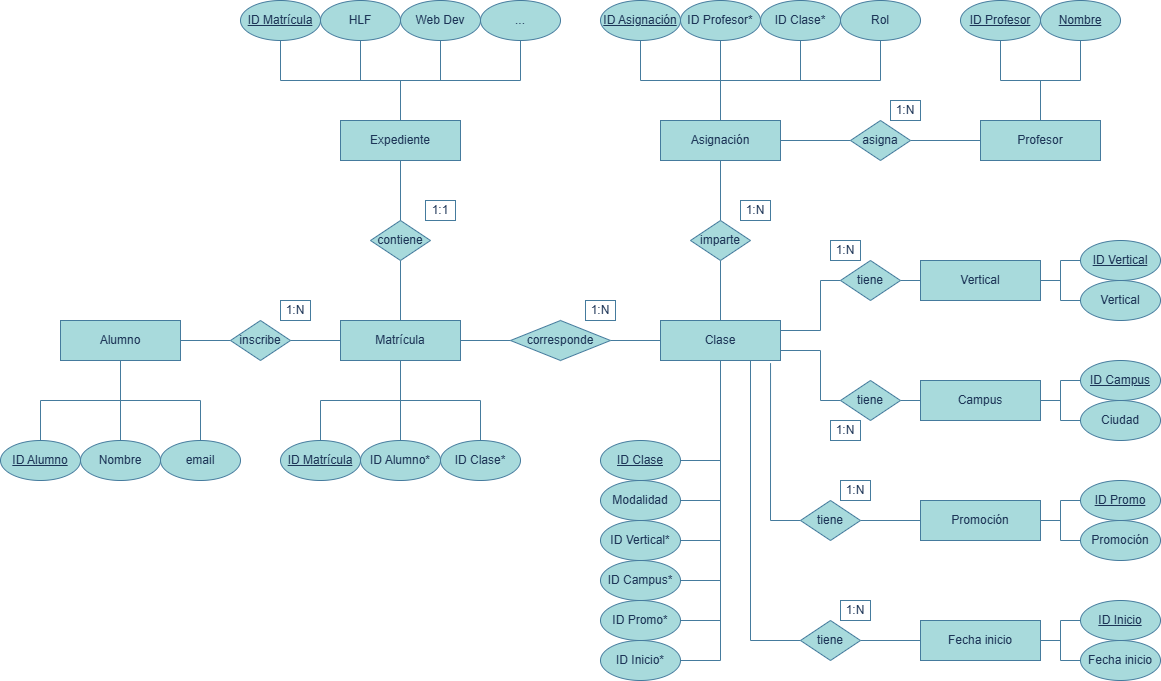
Before: Diagramas/Modelo_ERD.png, a diagram exported from draw.io (fernandomtez2803-dot/BBDD_The_Bridge). Source tidied: cells renumbered, new cells last; positions are measured from the earlier drawing's top-left corner, leaving out a move shared by most shapes.
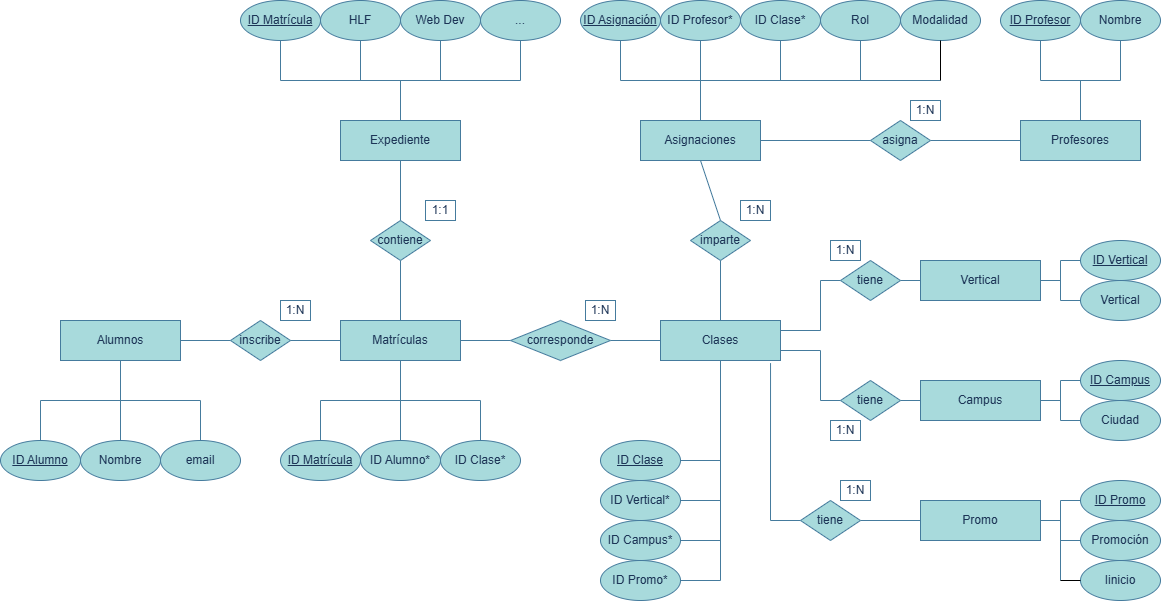
After the change.

Commit message:
subo los diagramas actualizados

What changed in the source:
```diff
@@ -7,16 +7,16 @@
     </mxCell>
-    <mxCell id="3" value="Alumno" style="rounded=0;whiteSpace=wrap;html=1;labelBackgroundColor=none;fillColor=#A8DADC;strokeColor=#457B9D;fontColor=#1D3557;" parent="1" vertex="1">
+    <mxCell id="3" value="Alumnos" style="rounded=0;whiteSpace=wrap;html=1;labelBackgroundColor=none;fillColor=#A8DADC;strokeColor=#457B9D;fontColor=#1D3557;" parent="1" vertex="1">
       <mxGeometry x="60" y="320" width="120" height="40" as="geometry" />
     </mxCell>
-    <mxCell id="4" value="Clase" style="rounded=0;whiteSpace=wrap;html=1;labelBackgroundColor=none;fillColor=#A8DADC;strokeColor=#457B9D;fontColor=#1D3557;" parent="1" vertex="1">
+    <mxCell id="4" value="Clases" style="rounded=0;whiteSpace=wrap;html=1;labelBackgroundColor=none;fillColor=#A8DADC;strokeColor=#457B9D;fontColor=#1D3557;" parent="1" vertex="1">
       <mxGeometry x="660" y="320" width="120" height="40" as="geometry" />
     </mxCell>
-    <mxCell id="5" value="Matrícula" style="rounded=0;whiteSpace=wrap;html=1;labelBackgroundColor=none;fillColor=#A8DADC;strokeColor=#457B9D;fontColor=#1D3557;" parent="1" vertex="1">
+    <mxCell id="5" value="Matrículas" style="rounded=0;whiteSpace=wrap;html=1;labelBackgroundColor=none;fillColor=#A8DADC;strokeColor=#457B9D;fontColor=#1D3557;" parent="1" vertex="1">
       <mxGeometry x="340" y="320" width="120" height="40" as="geometry" />
     </mxCell>
-    <mxCell id="6" value="Asignación" style="rounded=0;whiteSpace=wrap;html=1;labelBackgroundColor=none;fillColor=#A8DADC;strokeColor=#457B9D;fontColor=#1D3557;" parent="1" vertex="1">
-      <mxGeometry x="660" y="120" width="120" height="40" as="geometry" />
+    <mxCell id="6" value="Asignaciones" style="rounded=0;whiteSpace=wrap;html=1;labelBackgroundColor=none;fillColor=#A8DADC;strokeColor=#457B9D;fontColor=#1D3557;" parent="1" vertex="1">
+      <mxGeometry x="640" y="120" width="120" height="40" as="geometry" />
     </mxCell>
-    <mxCell id="7" value="Profesor" style="rounded=0;whiteSpace=wrap;html=1;labelBackgroundColor=none;fillColor=#A8DADC;strokeColor=#457B9D;fontColor=#1D3557;" parent="1" vertex="1">
-      <mxGeometry x="980" y="120" width="120" height="40" as="geometry" />
+    <mxCell id="7" value="Profesores" style="rounded=0;whiteSpace=wrap;html=1;labelBackgroundColor=none;fillColor=#A8DADC;strokeColor=#457B9D;fontColor=#1D3557;" parent="1" vertex="1">
+      <mxGeometry x="1020" y="120" width="120" height="40" as="geometry" />
     </mxCell>
@@ -40,7 +40,7 @@
     </mxCell>
-    <mxCell id="14" value="&lt;u&gt;Nombre&lt;/u&gt;" style="ellipse;whiteSpace=wrap;html=1;labelBackgroundColor=none;fillColor=#A8DADC;strokeColor=#457B9D;fontColor=#1D3557;" parent="1" vertex="1">
-      <mxGeometry x="1040" width="80" height="40" as="geometry" />
+    <mxCell id="14" value="Nombre" style="ellipse;whiteSpace=wrap;html=1;labelBackgroundColor=none;fillColor=#A8DADC;strokeColor=#457B9D;fontColor=#1D3557;" parent="1" vertex="1">
+      <mxGeometry x="1080" width="80" height="40" as="geometry" />
     </mxCell>
     <mxCell id="15" value="&lt;u&gt;ID Profesor&lt;/u&gt;" style="ellipse;whiteSpace=wrap;html=1;labelBackgroundColor=none;fillColor=#A8DADC;strokeColor=#457B9D;fontColor=#1D3557;" parent="1" vertex="1">
-      <mxGeometry x="960" width="80" height="40" as="geometry" />
+      <mxGeometry x="1000" width="80" height="40" as="geometry" />
     </mxCell>
@@ -49,13 +49,10 @@
     </mxCell>
-    <mxCell id="17" value="Modalidad" style="ellipse;whiteSpace=wrap;html=1;labelBackgroundColor=none;fillColor=#A8DADC;strokeColor=#457B9D;fontColor=#1D3557;" parent="1" vertex="1">
-      <mxGeometry x="600" y="480" width="80" height="40" as="geometry" />
-    </mxCell>
     <mxCell id="18" value="&lt;u&gt;ID Asignación&lt;/u&gt;" style="ellipse;whiteSpace=wrap;html=1;labelBackgroundColor=none;fillColor=#A8DADC;strokeColor=#457B9D;fontColor=#1D3557;" parent="1" vertex="1">
-      <mxGeometry x="600" width="80" height="40" as="geometry" />
+      <mxGeometry x="580" width="80" height="40" as="geometry" />
     </mxCell>
     <mxCell id="19" value="ID Profesor*" style="ellipse;whiteSpace=wrap;html=1;labelBackgroundColor=none;fillColor=#A8DADC;strokeColor=#457B9D;fontColor=#1D3557;" parent="1" vertex="1">
-      <mxGeometry x="680" width="80" height="40" as="geometry" />
+      <mxGeometry x="660" width="80" height="40" as="geometry" />
     </mxCell>
     <mxCell id="20" value="ID Clase*" style="ellipse;whiteSpace=wrap;html=1;labelBackgroundColor=none;fillColor=#A8DADC;strokeColor=#457B9D;fontColor=#1D3557;" parent="1" vertex="1">
-      <mxGeometry x="760" width="80" height="40" as="geometry" />
+      <mxGeometry x="740" width="80" height="40" as="geometry" />
     </mxCell>
@@ -76,6 +73,3 @@
     </mxCell>
-    <mxCell id="26" value="Fecha inicio" style="rounded=0;whiteSpace=wrap;html=1;labelBackgroundColor=none;fillColor=#A8DADC;strokeColor=#457B9D;fontColor=#1D3557;" parent="1" vertex="1">
-      <mxGeometry x="920" y="620" width="120" height="40" as="geometry" />
-    </mxCell>
-    <mxCell id="27" value="Promoción" style="rounded=0;whiteSpace=wrap;html=1;labelBackgroundColor=none;fillColor=#A8DADC;strokeColor=#457B9D;fontColor=#1D3557;" parent="1" vertex="1">
+    <mxCell id="27" value="Promo" style="rounded=0;whiteSpace=wrap;html=1;labelBackgroundColor=none;fillColor=#A8DADC;strokeColor=#457B9D;fontColor=#1D3557;" parent="1" vertex="1">
       <mxGeometry x="920" y="500" width="120" height="40" as="geometry" />
@@ -83,3 +77,3 @@
     <mxCell id="28" value="Rol" style="ellipse;whiteSpace=wrap;html=1;labelBackgroundColor=none;fillColor=#A8DADC;strokeColor=#457B9D;fontColor=#1D3557;" parent="1" vertex="1">
-      <mxGeometry x="840" width="80" height="40" as="geometry" />
+      <mxGeometry x="820" width="80" height="40" as="geometry" />
     </mxCell>
@@ -97,7 +91,4 @@
     </mxCell>
-    <mxCell id="33" value="&lt;u&gt;ID Inicio&lt;/u&gt;" style="ellipse;whiteSpace=wrap;html=1;labelBackgroundColor=none;fillColor=#A8DADC;strokeColor=#457B9D;fontColor=#1D3557;" parent="1" vertex="1">
-      <mxGeometry x="1080" y="600" width="80" height="40" as="geometry" />
-    </mxCell>
-    <mxCell id="34" value="Fecha inicio" style="ellipse;whiteSpace=wrap;html=1;labelBackgroundColor=none;fillColor=#A8DADC;strokeColor=#457B9D;fontColor=#1D3557;" parent="1" vertex="1">
-      <mxGeometry x="1080" y="640" width="80" height="40" as="geometry" />
+    <mxCell id="34" value="Iinicio" style="ellipse;whiteSpace=wrap;html=1;labelBackgroundColor=none;fillColor=#A8DADC;strokeColor=#457B9D;fontColor=#1D3557;" parent="1" vertex="1">
+      <mxGeometry x="1080" y="560" width="80" height="40" as="geometry" />
     </mxCell>
@@ -110,12 +101,12 @@
     <mxCell id="37" value="ID Vertical*" style="ellipse;whiteSpace=wrap;html=1;labelBackgroundColor=none;fillColor=#A8DADC;strokeColor=#457B9D;fontColor=#1D3557;" parent="1" vertex="1">
-      <mxGeometry x="600" y="520" width="80" height="40" as="geometry" />
+      <mxGeometry x="600" y="480" width="80" height="40" as="geometry" />
     </mxCell>
     <mxCell id="38" value="ID Campus*" style="ellipse;whiteSpace=wrap;html=1;labelBackgroundColor=none;fillColor=#A8DADC;strokeColor=#457B9D;fontColor=#1D3557;" parent="1" vertex="1">
-      <mxGeometry x="600" y="560" width="80" height="40" as="geometry" />
+      <mxGeometry x="600" y="520" width="80" height="40" as="geometry" />
     </mxCell>
     <mxCell id="39" value="ID Promo*" style="ellipse;whiteSpace=wrap;html=1;labelBackgroundColor=none;fillColor=#A8DADC;strokeColor=#457B9D;fontColor=#1D3557;" parent="1" vertex="1">
-      <mxGeometry x="600" y="600" width="80" height="40" as="geometry" />
+      <mxGeometry x="600" y="560" width="80" height="40" as="geometry" />
     </mxCell>
-    <mxCell id="40" value="ID Inicio*" style="ellipse;whiteSpace=wrap;html=1;labelBackgroundColor=none;fillColor=#A8DADC;strokeColor=#457B9D;fontColor=#1D3557;" parent="1" vertex="1">
-      <mxGeometry x="600" y="640" width="80" height="40" as="geometry" />
+    <mxCell id="40" value="Modalidad" style="ellipse;whiteSpace=wrap;html=1;labelBackgroundColor=none;fillColor=#A8DADC;strokeColor=#457B9D;fontColor=#1D3557;" parent="1" vertex="1">
+      <mxGeometry x="900" width="80" height="40" as="geometry" />
     </mxCell>
@@ -138,13 +129,8 @@
       <mxGeometry relative="1" as="geometry">
-        <mxPoint x="720" y="660" as="sourcePoint" />
+        <mxPoint x="720" y="580" as="sourcePoint" />
       </mxGeometry>
     </mxCell>
-    <mxCell id="47" style="endArrow=none;html=1;rounded=0;entryX=1;entryY=0.5;entryDx=0;entryDy=0;labelBackgroundColor=none;strokeColor=#457B9D;fontColor=default;" parent="1" edge="1" target="40">
-      <mxGeometry relative="1" as="geometry">
-        <mxPoint x="720" y="660" as="sourcePoint" />
-      </mxGeometry>
-    </mxCell>
     <mxCell id="48" style="endArrow=none;html=1;rounded=0;exitX=1;exitY=0.5;exitDx=0;exitDy=0;labelBackgroundColor=none;strokeColor=#457B9D;fontColor=default;" parent="1" edge="1" source="39">
       <mxGeometry relative="1" as="geometry">
-        <mxPoint x="720" y="620" as="targetPoint" />
+        <mxPoint x="720" y="580" as="targetPoint" />
       </mxGeometry>
@@ -153,3 +139,3 @@
       <mxGeometry relative="1" as="geometry">
-        <mxPoint x="720" y="580" as="sourcePoint" />
+        <mxPoint x="720" y="540" as="sourcePoint" />
       </mxGeometry>
@@ -158,10 +144,5 @@
       <mxGeometry relative="1" as="geometry">
-        <mxPoint x="720" y="540" as="sourcePoint" />
+        <mxPoint x="720" y="500" as="sourcePoint" />
       </mxGeometry>
     </mxCell>
-    <mxCell id="51" style="endArrow=none;html=1;rounded=0;entryX=1;entryY=0.5;entryDx=0;entryDy=0;labelBackgroundColor=none;strokeColor=#457B9D;fontColor=default;" parent="1" edge="1" target="17">
-      <mxGeometry relative="1" as="geometry">
-        <mxPoint x="720" y="500" as="sourcePoint" />
-      </mxGeometry>
-    </mxCell>
     <mxCell id="52" style="endArrow=none;html=1;rounded=0;entryX=1;entryY=0.5;entryDx=0;entryDy=0;labelBackgroundColor=none;strokeColor=#457B9D;fontColor=default;" parent="1" edge="1" target="16">
@@ -259,4 +240,4 @@
       <mxGeometry relative="1" as="geometry">
-        <mxPoint x="880" y="80" as="sourcePoint" />
-        <mxPoint x="640" y="80" as="targetPoint" />
+        <mxPoint x="940" y="80" as="sourcePoint" />
+        <mxPoint x="620" y="80" as="targetPoint" />
       </mxGeometry>
@@ -265,3 +246,3 @@
       <mxGeometry relative="1" as="geometry">
-        <mxPoint x="640" y="80" as="targetPoint" />
+        <mxPoint x="620" y="80" as="targetPoint" />
       </mxGeometry>
@@ -270,3 +251,3 @@
       <mxGeometry relative="1" as="geometry">
-        <mxPoint x="720" y="80" as="targetPoint" />
+        <mxPoint x="700" y="80" as="targetPoint" />
       </mxGeometry>
@@ -275,3 +256,3 @@
       <mxGeometry relative="1" as="geometry">
-        <mxPoint x="800" y="80" as="targetPoint" />
+        <mxPoint x="780" y="80" as="targetPoint" />
       </mxGeometry>
@@ -280,3 +261,3 @@
       <mxGeometry relative="1" as="geometry">
-        <mxPoint x="880" y="80" as="targetPoint" />
+        <mxPoint x="860" y="80" as="targetPoint" />
       </mxGeometry>
@@ -285,4 +266,4 @@
       <mxGeometry relative="1" as="geometry">
-        <mxPoint x="720" y="120" as="sourcePoint" />
-        <mxPoint x="720" y="80" as="targetPoint" />
+        <mxPoint x="700" y="120" as="sourcePoint" />
+        <mxPoint x="700" y="80" as="targetPoint" />
       </mxGeometry>
@@ -291,4 +272,4 @@
       <mxGeometry relative="1" as="geometry">
-        <mxPoint x="1080" y="80" as="sourcePoint" />
-        <mxPoint x="1000" y="80" as="targetPoint" />
+        <mxPoint x="1120" y="80" as="sourcePoint" />
+        <mxPoint x="1040" y="80" as="targetPoint" />
       </mxGeometry>
@@ -297,3 +278,3 @@
       <mxGeometry relative="1" as="geometry">
-        <mxPoint x="1000" y="80" as="sourcePoint" />
+        <mxPoint x="1040" y="80" as="sourcePoint" />
       </mxGeometry>
@@ -302,3 +283,3 @@
       <mxGeometry relative="1" as="geometry">
-        <mxPoint x="1080" y="80" as="sourcePoint" />
+        <mxPoint x="1120" y="80" as="sourcePoint" />
       </mxGeometry>
@@ -307,3 +288,3 @@
       <mxGeometry relative="1" as="geometry">
-        <mxPoint x="1040" y="80" as="targetPoint" />
+        <mxPoint x="1080" y="80" as="targetPoint" />
       </mxGeometry>
@@ -354,3 +335,3 @@
       <mxGeometry relative="1" as="geometry">
-        <mxPoint x="1060" y="540" as="sourcePoint" />
+        <mxPoint x="1060" y="580" as="sourcePoint" />
         <mxPoint x="1060" y="500" as="targetPoint" />
@@ -373,23 +354,2 @@
     </mxCell>
-    <mxCell id="92" style="endArrow=none;html=1;rounded=0;labelBackgroundColor=none;strokeColor=#457B9D;fontColor=default;" parent="1" edge="1">
-      <mxGeometry relative="1" as="geometry">
-        <mxPoint x="1060" y="660" as="sourcePoint" />
-        <mxPoint x="1060" y="620" as="targetPoint" />
-      </mxGeometry>
-    </mxCell>
-    <mxCell id="93" style="endArrow=none;html=1;rounded=0;entryX=0;entryY=0.5;entryDx=0;entryDy=0;labelBackgroundColor=none;strokeColor=#457B9D;fontColor=default;" parent="1" edge="1" target="33">
-      <mxGeometry relative="1" as="geometry">
-        <mxPoint x="1060" y="620" as="sourcePoint" />
-      </mxGeometry>
-    </mxCell>
-    <mxCell id="94" style="endArrow=none;html=1;rounded=0;entryX=0;entryY=0.5;entryDx=0;entryDy=0;labelBackgroundColor=none;strokeColor=#457B9D;fontColor=default;" parent="1" edge="1" target="34">
-      <mxGeometry relative="1" as="geometry">
-        <mxPoint x="1060" y="660" as="sourcePoint" />
-      </mxGeometry>
-    </mxCell>
-    <mxCell id="95" style="endArrow=none;html=1;rounded=0;exitX=1;exitY=0.5;exitDx=0;exitDy=0;labelBackgroundColor=none;strokeColor=#457B9D;fontColor=default;" parent="1" edge="1" source="26">
-      <mxGeometry relative="1" as="geometry">
-        <mxPoint x="1060" y="640" as="targetPoint" />
-      </mxGeometry>
-    </mxCell>
     <mxCell id="96" value="inscribe" style="rhombus;whiteSpace=wrap;html=1;labelBackgroundColor=none;fillColor=#A8DADC;strokeColor=#457B9D;fontColor=#1D3557;" parent="1" vertex="1">
@@ -410,3 +370,3 @@
     <mxCell id="101" value="1:N" style="rounded=0;whiteSpace=wrap;html=1;fillColor=none;labelBackgroundColor=none;strokeColor=#457B9D;fontColor=#1D3557;" parent="1" vertex="1">
-      <mxGeometry x="890" y="100" width="30" height="20" as="geometry" />
+      <mxGeometry x="910" y="100" width="30" height="20" as="geometry" />
     </mxCell>
@@ -415,5 +375,2 @@
     </mxCell>
-    <mxCell id="103" value="1:N" style="rounded=0;whiteSpace=wrap;html=1;fillColor=none;labelBackgroundColor=none;strokeColor=#457B9D;fontColor=#1D3557;" parent="1" vertex="1">
-      <mxGeometry x="840" y="600" width="30" height="20" as="geometry" />
-    </mxCell>
     <mxCell id="104" value="1:N" style="rounded=0;whiteSpace=wrap;html=1;fillColor=none;labelBackgroundColor=none;strokeColor=#457B9D;fontColor=#1D3557;" parent="1" vertex="1">
@@ -460,7 +417,2 @@
     </mxCell>
-    <mxCell id="116" style="endArrow=none;html=1;rounded=0;entryX=0.75;entryY=1;entryDx=0;entryDy=0;labelBackgroundColor=none;strokeColor=#457B9D;fontColor=default;" parent="1" edge="1" target="4">
-      <mxGeometry relative="1" as="geometry">
-        <mxPoint x="750" y="640" as="sourcePoint" />
-      </mxGeometry>
-    </mxCell>
     <mxCell id="117" style="endArrow=none;html=1;rounded=0;entryX=0;entryY=0.5;entryDx=0;entryDy=0;labelBackgroundColor=none;strokeColor=#457B9D;fontColor=default;" parent="1" edge="1" source="128" target="27">
@@ -468,5 +420,2 @@
     </mxCell>
-    <mxCell id="118" style="endArrow=none;html=1;rounded=0;entryX=0;entryY=0.5;entryDx=0;entryDy=0;labelBackgroundColor=none;strokeColor=#457B9D;fontColor=default;" parent="1" edge="1" source="130" target="26">
-      <mxGeometry relative="1" as="geometry" />
-    </mxCell>
     <mxCell id="119" style="endArrow=none;html=1;rounded=0;entryX=0;entryY=0.5;entryDx=0;entryDy=0;labelBackgroundColor=none;strokeColor=#457B9D;fontColor=default;" parent="1" edge="1" source="124" target="21">
@@ -513,10 +462,2 @@
     </mxCell>
-    <mxCell id="129" style="endArrow=none;html=1;rounded=0;entryX=0;entryY=0.5;entryDx=0;entryDy=0;labelBackgroundColor=none;strokeColor=#457B9D;fontColor=default;" parent="1" edge="1" target="130">
-      <mxGeometry relative="1" as="geometry">
-        <mxPoint x="750" y="640" as="sourcePoint" />
-      </mxGeometry>
-    </mxCell>
-    <mxCell id="130" value="tiene" style="rhombus;whiteSpace=wrap;html=1;labelBackgroundColor=none;fillColor=#A8DADC;strokeColor=#457B9D;fontColor=#1D3557;" parent="1" vertex="1">
-      <mxGeometry x="800" y="620" width="60" height="40" as="geometry" />
-    </mxCell>
     <mxCell id="131" style="endArrow=none;html=1;rounded=0;entryX=0;entryY=0.5;entryDx=0;entryDy=0;exitX=1;exitY=0.5;exitDx=0;exitDy=0;labelBackgroundColor=none;strokeColor=#457B9D;fontColor=default;" parent="1" edge="1" source="6" target="132">
@@ -525,4 +466,14 @@
     <mxCell id="132" value="asigna" style="rhombus;whiteSpace=wrap;html=1;labelBackgroundColor=none;fillColor=#A8DADC;strokeColor=#457B9D;fontColor=#1D3557;" parent="1" vertex="1">
-      <mxGeometry x="850" y="120" width="60" height="40" as="geometry" />
+      <mxGeometry x="870" y="120" width="60" height="40" as="geometry" />
     </mxCell>
+    <mxCell id="133" style="endArrow=none;html=1;rounded=0;entryX=0;entryY=0.5;entryDx=0;entryDy=0;" parent="1" edge="1" target="34">
+      <mxGeometry relative="1" as="geometry">
+        <mxPoint x="1060" y="580" as="sourcePoint" />
+      </mxGeometry>
+    </mxCell>
+    <mxCell id="134" style="endArrow=none;html=1;rounded=0;entryX=0.5;entryY=1;entryDx=0;entryDy=0;" parent="1" edge="1" target="40">
+      <mxGeometry relative="1" as="geometry">
+        <mxPoint x="940" y="80" as="sourcePoint" />
+      </mxGeometry>
+    </mxCell>
   </root>
```
